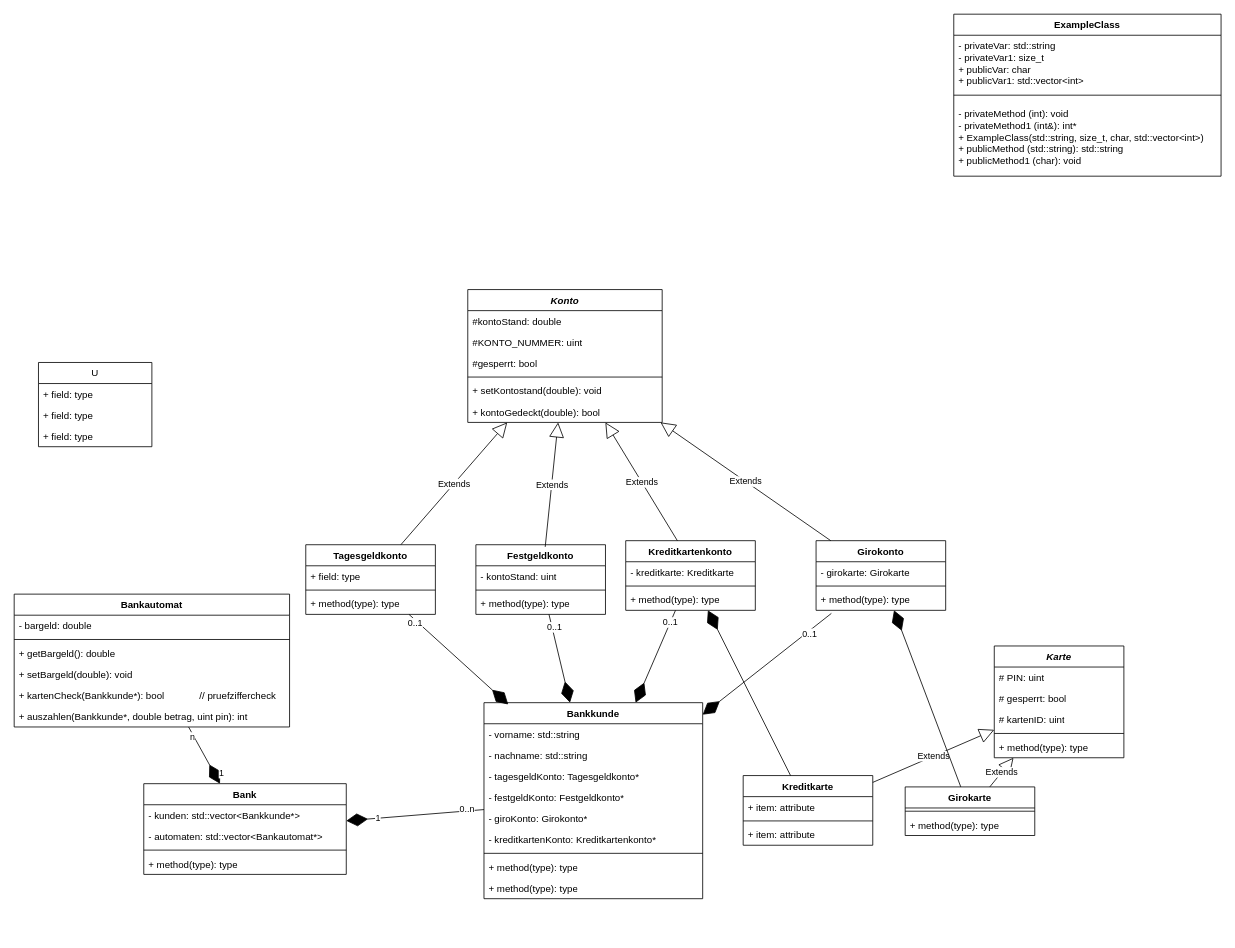
stkokt/kt-bank keeps this draw.io diagram as kt-bank_UML.drawio. Above is the earlier version. Source tidied: cells renumbered, new cells numbered last; positions are measured from the earlier drawing's top-left corner, leaving out a move shared by most shapes. Both pictures are drawn from the tidied source at 81%, with x=0, y=0 at pixel (14, 14).
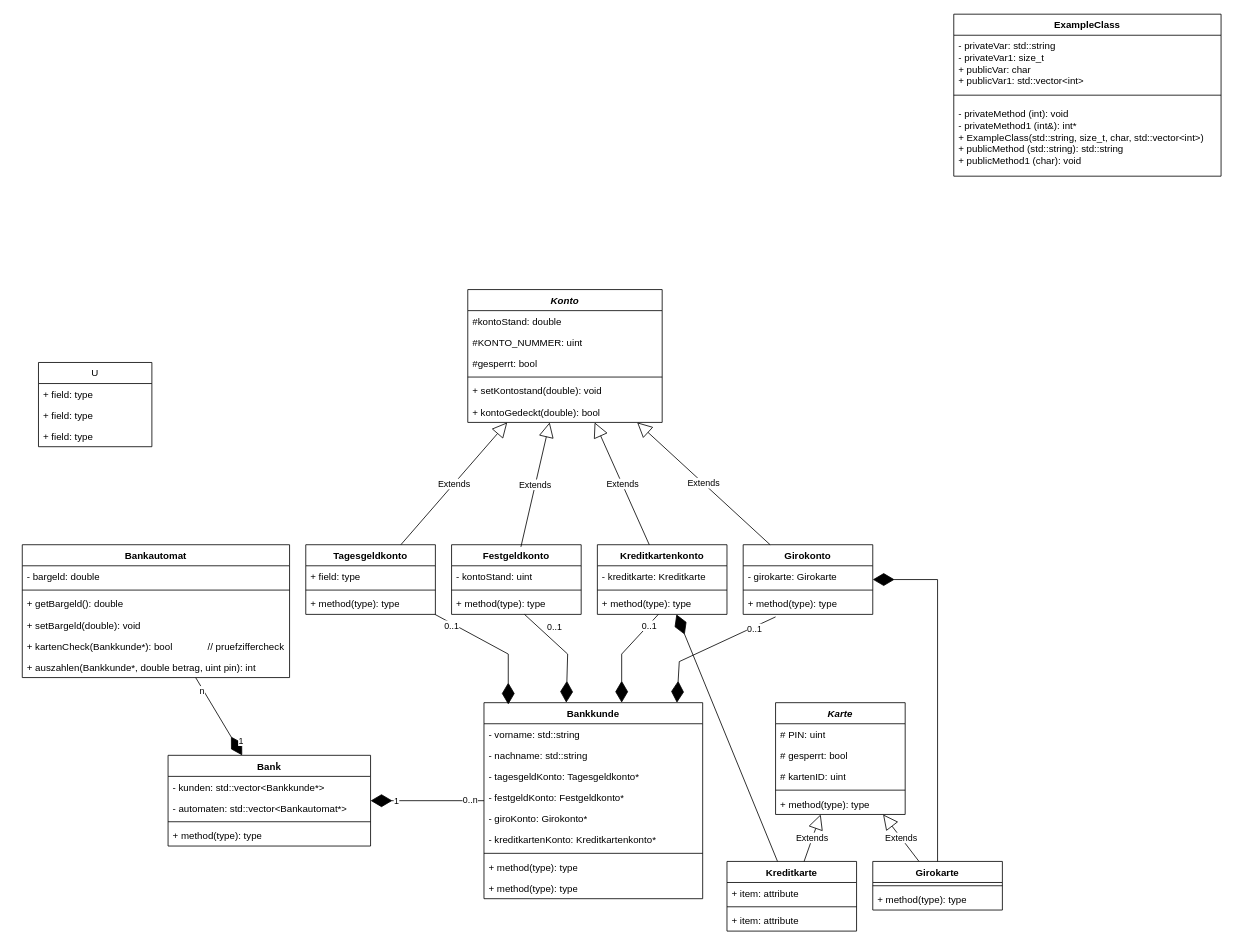
The same diagram, later.

Commit message (it also covers changes not shown here):
Habe die Grafik etwas verbessert

Drawio Klassendiagramm wurde etwas zurecht gerückt, damit es optisch besser aussieht und schneller erfassbar wird.

The change refers to these unchanged cells:
```xml
<mxCell id="11" value="Bankkunde" style="swimlane;fontStyle=1;align=center;verticalAlign=top;horizontal=1;startSize=26;whiteSpace=wrap;html=1;" parent="1" vertex="1">
  <mxGeometry x="580" y="850" width="270" height="242" as="geometry" />
</mxCell>
<mxCell id="42" value="+ method(type): type" style="text;strokeColor=none;fillColor=none;align=left;verticalAlign=top;spacingLeft=4;spacingRight=4;overflow=hidden;points=[[0,0.5],[1,0.5]];portConstraint=eastwest;whiteSpace=wrap;html=1;" parent="39" vertex="1">
  <mxGeometry y="60" width="160" height="26" as="geometry" />
</mxCell>
<mxCell id="47" value="Tagesgeldkonto" style="swimlane;fontStyle=1;align=center;verticalAlign=top;horizontal=1;startSize=26;whiteSpace=wrap;html=1;" parent="1" vertex="1">
  <mxGeometry x="360" y="655" width="160" height="86" as="geometry" />
</mxCell>
```

What changed in the source:
```diff
@@
     <mxCell id="6" value="Bank" style="swimlane;fontStyle=1;align=center;verticalAlign=top;horizontal=1;startSize=26;whiteSpace=wrap;html=1;" parent="1" vertex="1">
-      <mxGeometry x="160" y="950" width="250" height="112" as="geometry" />
+      <mxGeometry x="190" y="915" width="250" height="112" as="geometry" />
     </mxCell>
@@
     <mxCell id="21" value="&lt;div&gt;Kreditkarte&lt;/div&gt;" style="swimlane;fontStyle=1;align=center;verticalAlign=top;horizontal=1;startSize=26;whiteSpace=wrap;html=1;" parent="1" vertex="1">
-      <mxGeometry x="900" y="940" width="160" height="86" as="geometry" />
+      <mxGeometry x="880" y="1046" width="160" height="86" as="geometry" />
     </mxCell>
@@
     <mxCell id="32" value="Bankautomat" style="swimlane;fontStyle=1;align=center;verticalAlign=top;horizontal=1;startSize=26;whiteSpace=wrap;html=1;" parent="1" vertex="1">
-      <mxGeometry y="716" width="340" height="164" as="geometry" />
+      <mxGeometry x="10" y="655" width="330" height="164" as="geometry" />
     </mxCell>
     <mxCell id="33" value="- bargeld: double" style="text;strokeColor=none;fillColor=none;align=left;verticalAlign=top;spacingLeft=4;spacingRight=4;overflow=hidden;whiteSpace=wrap;html=1;" parent="32" vertex="1">
-      <mxGeometry y="26" width="340" height="26" as="geometry" />
+      <mxGeometry y="26" width="330" height="26" as="geometry" />
     </mxCell>
     <mxCell id="34" style="line;strokeWidth=1;fillColor=none;align=left;verticalAlign=middle;spacingTop=-1;spacingLeft=3;spacingRight=3;labelPosition=right;strokeColor=inherit;" parent="32" vertex="1">
-      <mxGeometry y="52" width="340" height="8" as="geometry" />
+      <mxGeometry y="52" width="330" height="8" as="geometry" />
     </mxCell>
     <mxCell id="35" value="+ getBargeld(): double" style="text;strokeColor=none;fillColor=none;align=left;verticalAlign=top;spacingLeft=4;spacingRight=4;overflow=hidden;whiteSpace=wrap;html=1;" parent="32" vertex="1">
-      <mxGeometry y="60" width="340" height="26" as="geometry" />
+      <mxGeometry y="60" width="330" height="26" as="geometry" />
     </mxCell>
     <mxCell id="36" value="&lt;div&gt;+ setBargeld(double): void&lt;/div&gt;" style="text;strokeColor=none;fillColor=none;align=left;verticalAlign=top;spacingLeft=4;spacingRight=4;overflow=hidden;whiteSpace=wrap;html=1;" parent="32" vertex="1">
-      <mxGeometry y="86" width="340" height="26" as="geometry" />
+      <mxGeometry y="86" width="330" height="26" as="geometry" />
     </mxCell>
     <mxCell id="37" value="+ kartenCheck(Bankkunde*): bool&amp;nbsp;&amp;nbsp;&amp;nbsp;&amp;nbsp;&amp;nbsp;&amp;nbsp;&amp;nbsp;&amp;nbsp;&amp;nbsp;&amp;nbsp;&amp;nbsp;&amp;nbsp; // pruefziffercheck" style="text;strokeColor=none;fillColor=none;align=left;verticalAlign=top;spacingLeft=4;spacingRight=4;overflow=hidden;whiteSpace=wrap;html=1;" parent="32" vertex="1">
-      <mxGeometry y="112" width="340" height="26" as="geometry" />
+      <mxGeometry y="112" width="330" height="26" as="geometry" />
     </mxCell>
     <mxCell id="38" value="+ auszahlen(Bankkunde*, double betrag, uint pin): int " style="text;strokeColor=none;fillColor=none;align=left;verticalAlign=top;spacingLeft=4;spacingRight=4;overflow=hidden;whiteSpace=wrap;html=1;" parent="32" vertex="1">
-      <mxGeometry y="138" width="340" height="26" as="geometry" />
+      <mxGeometry y="138" width="330" height="26" as="geometry" />
     </mxCell>
     <mxCell id="39" value="Girokonto" style="swimlane;fontStyle=1;align=center;verticalAlign=top;horizontal=1;startSize=26;whiteSpace=wrap;html=1;" parent="1" vertex="1">
-      <mxGeometry x="990" y="650" width="160" height="86" as="geometry" />
+      <mxGeometry x="900" y="655" width="160" height="86" as="geometry" />
     </mxCell>
@@
     <mxCell id="43" value="Festgeldkonto" style="swimlane;fontStyle=1;align=center;verticalAlign=top;horizontal=1;startSize=26;whiteSpace=wrap;html=1;" parent="1" vertex="1">
-      <mxGeometry x="570" y="655" width="160" height="86" as="geometry" />
+      <mxGeometry x="540" y="655" width="160" height="86" as="geometry" />
     </mxCell>
@@
     <mxCell id="55" style="endArrow=diamondThin;endFill=1;endSize=24;html=1;rounded=0;entryX=0.111;entryY=0.009;entryDx=0;entryDy=0;entryPerimeter=0;" parent="1" edge="1" source="47" target="11">
-      <mxGeometry relative="1" as="geometry" />
+      <mxGeometry relative="1" as="geometry">
+        <Array as="points">
+          <mxPoint x="610" y="790" />
+        </Array>
+      </mxGeometry>
     </mxCell>
     <mxCell id="56" value="0..1" style="edgeLabel;html=1;align=center;verticalAlign=middle;" parent="55" vertex="1">
-      <mxGeometry x="-0.85" y="-3" relative="1" as="geometry" />
+      <mxGeometry x="-0.85" y="-3" relative="1" as="geometry">
+        <mxPoint x="11" y="5" as="offset" />
+      </mxGeometry>
     </mxCell>
-    <mxCell id="57" style="endArrow=diamondThin;endFill=1;endSize=24;html=1;rounded=0;" parent="1" edge="1" source="43" target="11">
-      <mxGeometry relative="1" as="geometry" />
+    <mxCell id="57" style="endArrow=diamondThin;endFill=1;endSize=24;html=1;rounded=0;" parent="1" edge="1">
+      <mxGeometry relative="1" as="geometry">
+        <mxPoint x="630" y="741" as="sourcePoint" />
+        <mxPoint x="681.6" y="850" as="targetPoint" />
+        <Array as="points">
+          <mxPoint x="683.3" y="790" />
+        </Array>
+      </mxGeometry>
     </mxCell>
-    <mxCell id="58" style="endArrow=diamondThin;endFill=1;endSize=24;html=1;rounded=0;" parent="1" edge="1" source="85" target="11">
-      <mxGeometry relative="1" as="geometry" />
+    <mxCell id="58" style="endArrow=diamondThin;endFill=1;endSize=24;html=1;rounded=0;" parent="1" edge="1">
+      <mxGeometry relative="1" as="geometry">
+        <mxPoint x="795.3" y="741" as="sourcePoint" />
+        <mxPoint x="750" y="850" as="targetPoint" />
+        <Array as="points">
+          <mxPoint x="750" y="790" />
+        </Array>
+      </mxGeometry>
     </mxCell>
     <mxCell id="59" value="0..1" style="edgeLabel;html=1;align=center;verticalAlign=middle;" parent="58" vertex="1">
       <mxGeometry x="-0.73" relative="1" as="geometry">
-        <mxPoint y="-1" as="offset" />
+        <mxPoint y="1" as="offset" />
       </mxGeometry>
     </mxCell>
-    <mxCell id="60" style="endArrow=diamondThin;endFill=1;endSize=24;html=1;rounded=0;exitX=0.118;exitY=1.146;exitDx=0;exitDy=0;exitPerimeter=0;" parent="1" edge="1" source="42" target="11">
-      <mxGeometry relative="1" as="geometry" />
+    <mxCell id="60" style="endArrow=diamondThin;endFill=1;endSize=24;html=1;rounded=0;exitX=0.118;exitY=1.146;exitDx=0;exitDy=0;exitPerimeter=0;entryX=0.804;entryY=0.003;entryDx=0;entryDy=0;entryPerimeter=0;" parent="1" edge="1">
+      <mxGeometry relative="1" as="geometry">
+        <mxPoint x="940" y="744.1" as="sourcePoint" />
+        <mxPoint x="818.2" y="850" as="targetPoint" />
+        <Array as="points">
+          <mxPoint x="821.1" y="799.3" />
+        </Array>
+      </mxGeometry>
     </mxCell>
@@
     <mxCell id="65" value="0..1" style="edgeLabel;html=1;align=center;verticalAlign=middle;" parent="1" vertex="1">
       <mxGeometry x="970" y="763" as="geometry">
-        <mxPoint x="11" y="1" as="offset" />
+        <mxPoint x="-57" y="-5" as="offset" />
       </mxGeometry>
     </mxCell>
@@
     <mxCell id="74" value="&lt;i&gt;Karte&lt;/i&gt;" style="swimlane;fontStyle=1;align=center;verticalAlign=top;horizontal=1;startSize=26;whiteSpace=wrap;html=1;" parent="1" vertex="1">
-      <mxGeometry x="1210" y="780" width="160" height="138" as="geometry" />
+      <mxGeometry x="940" y="850" width="160" height="138" as="geometry" />
     </mxCell>
@@
     <mxCell id="81" value="Girokarte" style="swimlane;fontStyle=1;align=center;verticalAlign=top;horizontal=1;startSize=26;whiteSpace=wrap;html=1;" parent="1" vertex="1">
-      <mxGeometry x="1100" y="954" width="160" height="60" as="geometry" />
+      <mxGeometry x="1060" y="1046" width="160" height="60" as="geometry" />
     </mxCell>
@@
     <mxCell id="85" value="&lt;div&gt;Kreditkartenkonto&lt;/div&gt;" style="swimlane;fontStyle=1;align=center;verticalAlign=top;horizontal=1;startSize=26;whiteSpace=wrap;html=1;" parent="1" vertex="1">
-      <mxGeometry x="755" y="650" width="160" height="86" as="geometry" />
+      <mxGeometry x="720" y="655" width="160" height="86" as="geometry" />
     </mxCell>
@@
     <mxCell id="89" style="endArrow=diamondThin;endFill=1;endSize=24;html=1;rounded=0;" parent="1" edge="1" source="81" target="39">
-      <mxGeometry relative="1" as="geometry" />
+      <mxGeometry relative="1" as="geometry">
+        <Array as="points">
+          <mxPoint x="1140" y="698" />
+        </Array>
+      </mxGeometry>
     </mxCell>
```
